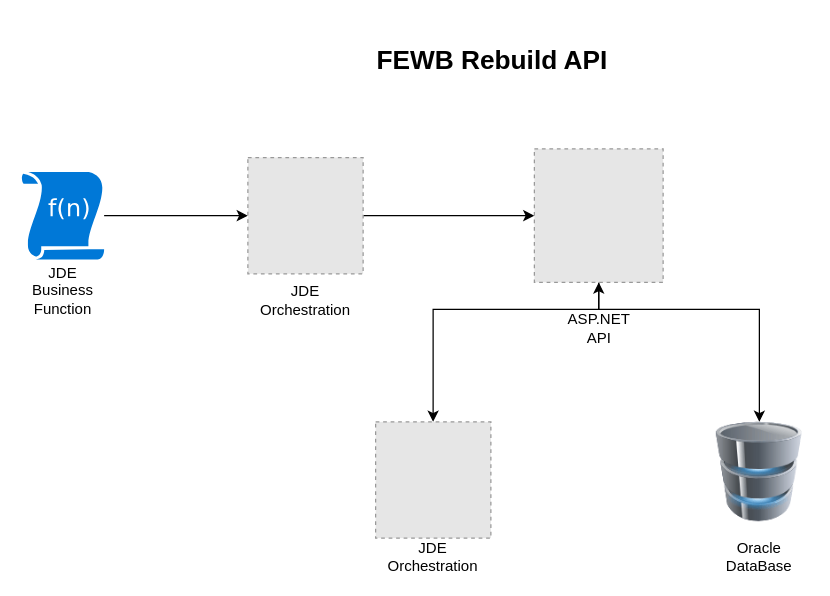
Earlier version of the draw.io diagram Diagrams/FEWBRebuildAPI.drawio (LongJohnBlackbeard/IntegrifyAPITesting). Source tidied: cells renumbered, new cells numbered last; positions are measured from the earlier drawing's top-left corner, leaving out a move shared by most shapes. Both pictures are drawn from the tidied source at 125%, with x=0, y=0 at pixel (21, 21). Pictures stored in the file or linked from it are replaced by grey dashed boxes.
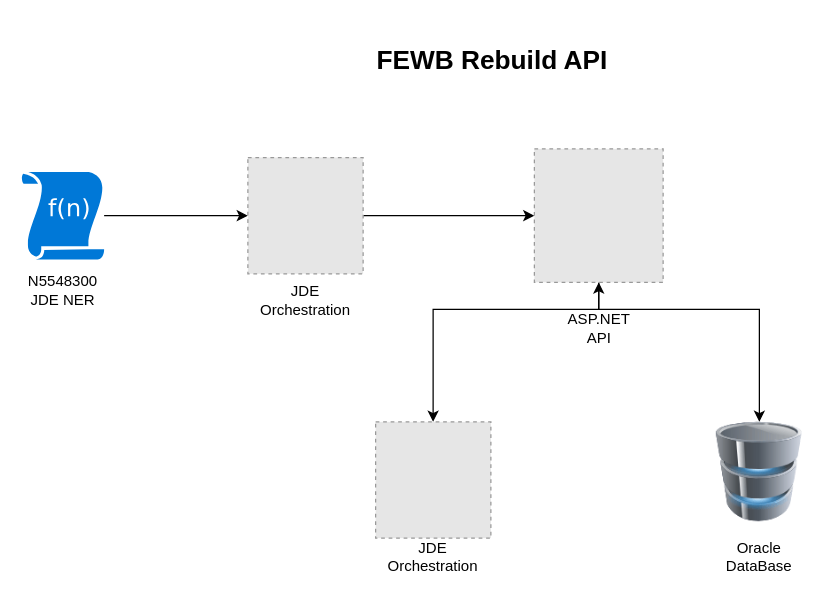
The same diagram, later.

Diff of the diagram source:
```diff
@@
-    <mxCell id="5" value="JDE Business Function" style="text;html=1;strokeColor=none;fillColor=none;align=center;verticalAlign=middle;whiteSpace=wrap;rounded=0;" parent="1" vertex="1">
+    <mxCell id="5" value="&lt;div&gt;N5548300&lt;/div&gt;&lt;div&gt;JDE NER&lt;/div&gt;" style="text;html=1;strokeColor=none;fillColor=none;align=center;verticalAlign=middle;whiteSpace=wrap;rounded=0;" parent="1" vertex="1">
       <mxGeometry x="3" y="200" width="60" height="30" as="geometry" />
     </mxCell>
```
